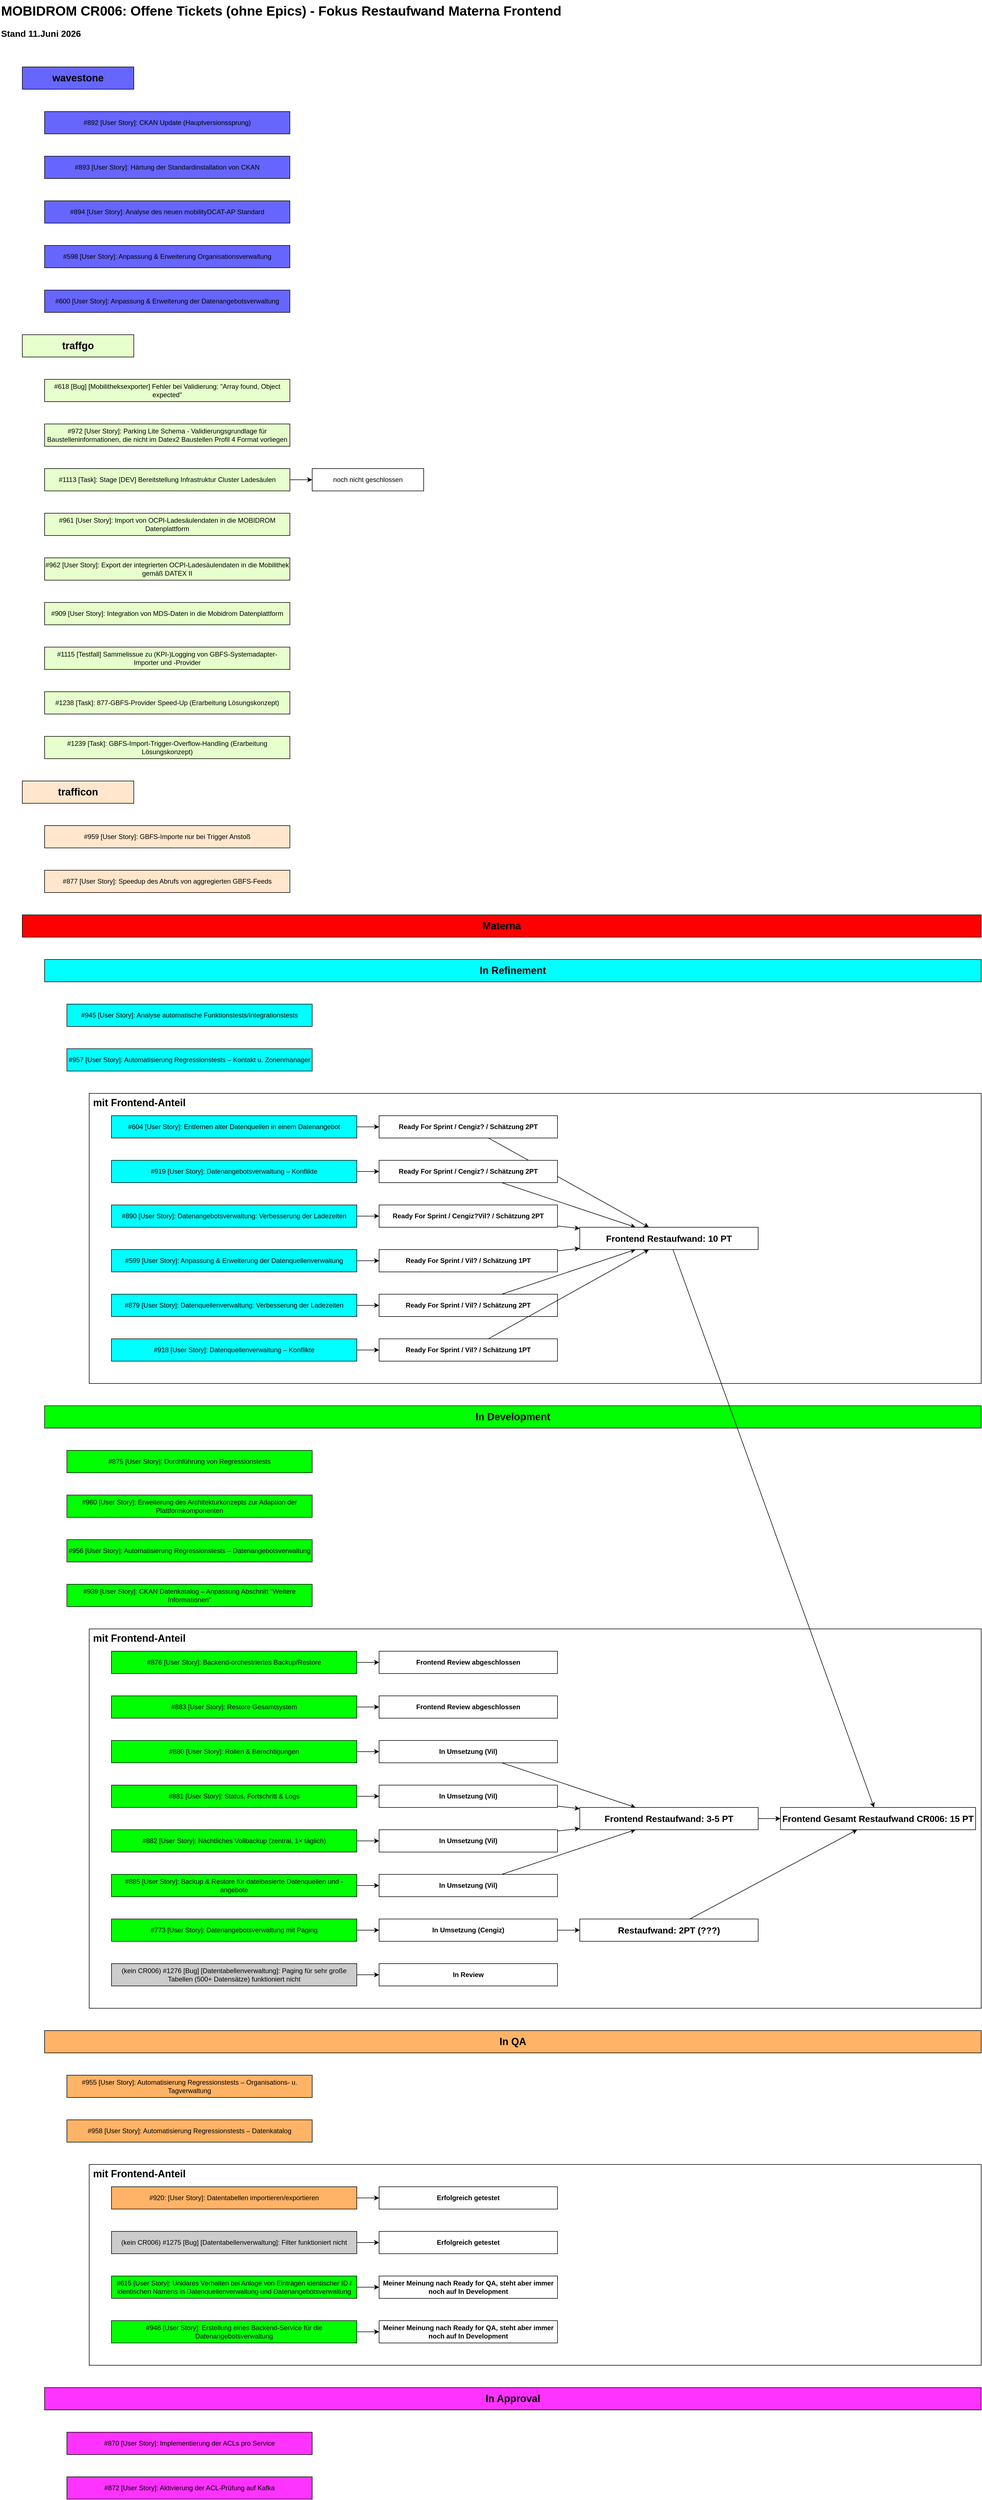
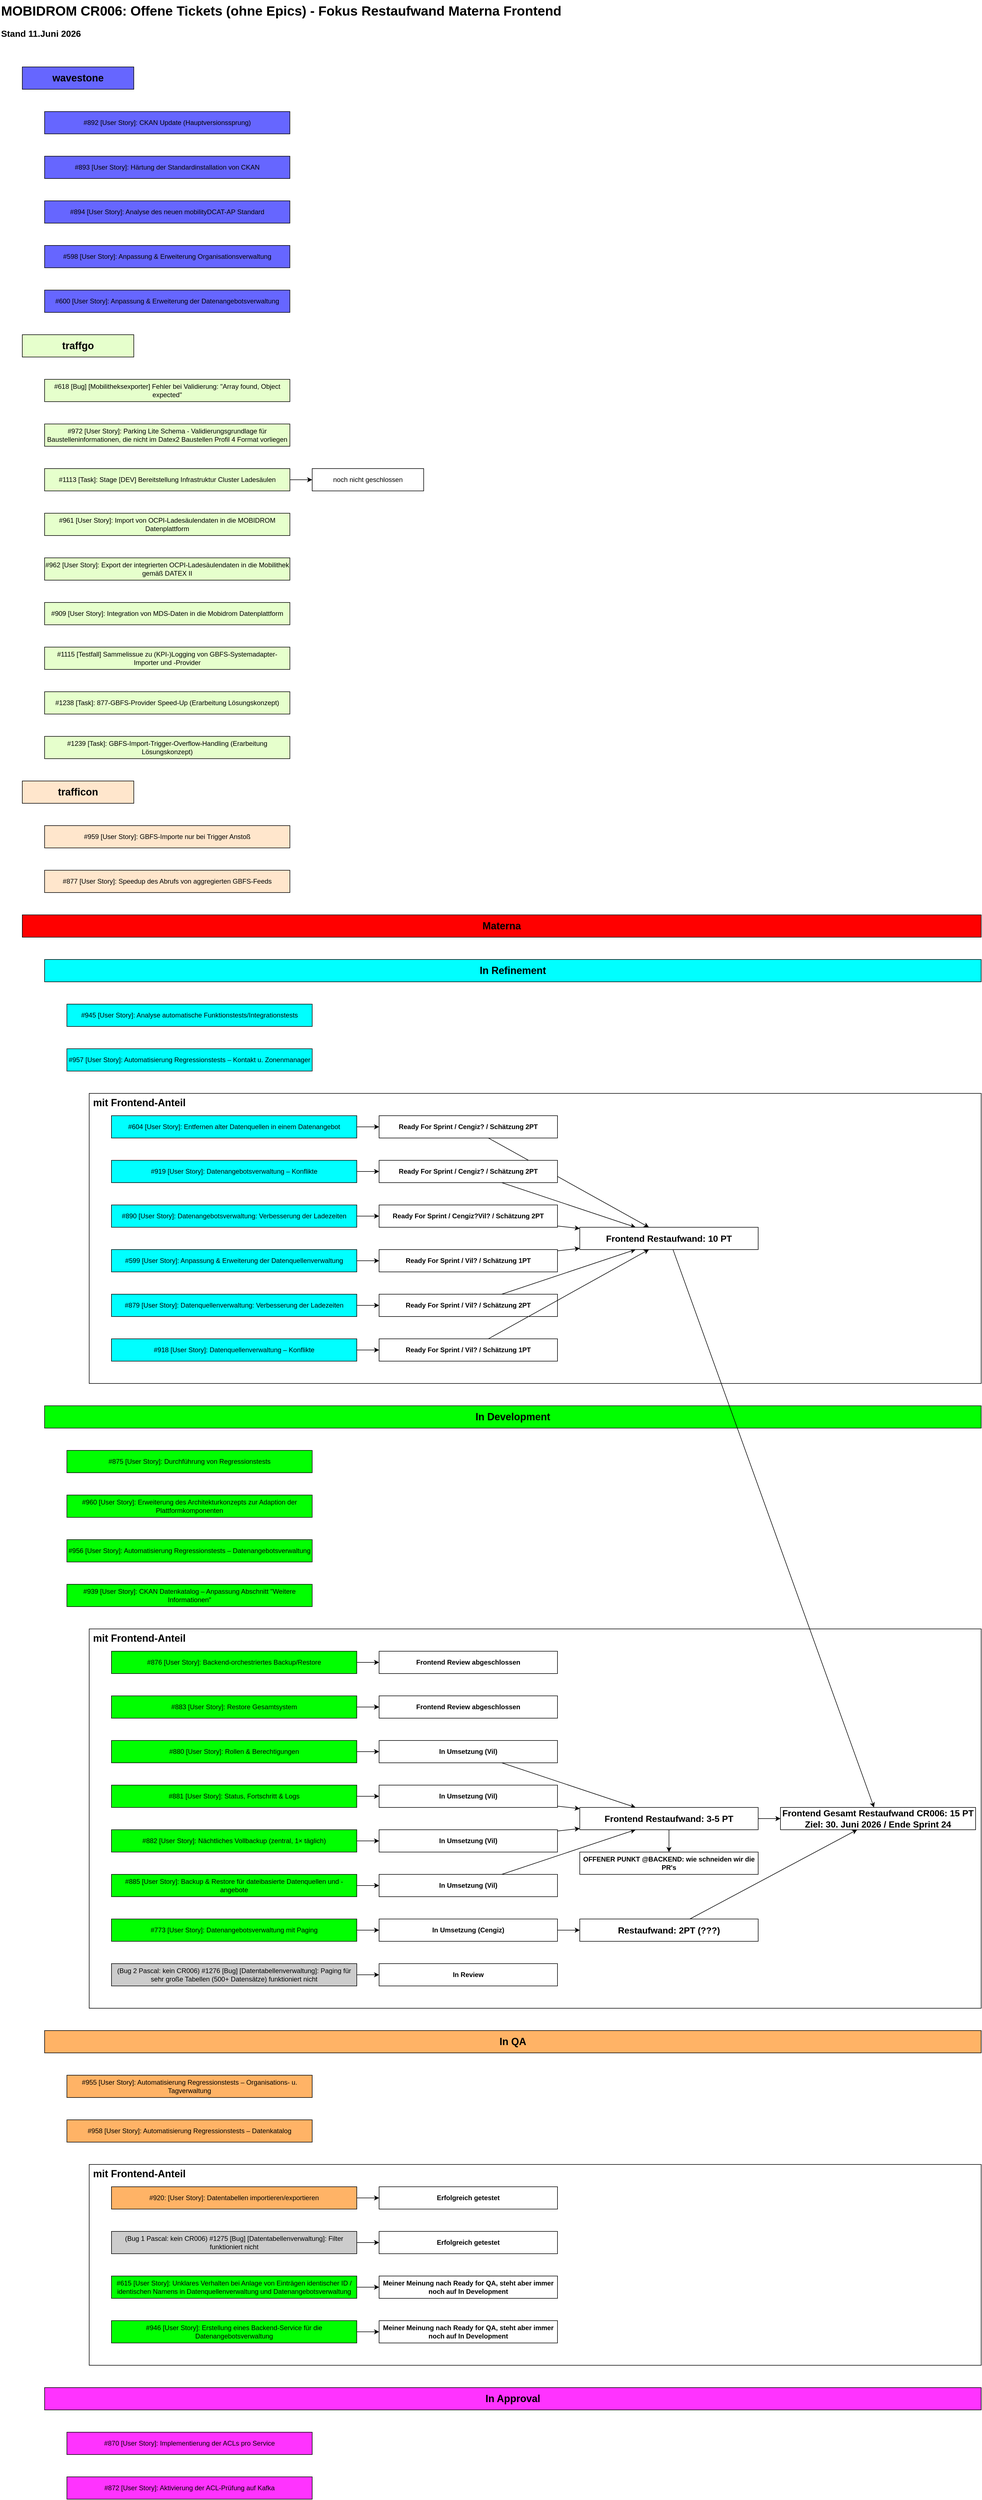
<mxfile host="app.diagrams.net">
  <diagram name="Page-1" id="0BLjgJdESMF3buwbVgl_">
-     <mxGraphModel dx="506" dy="297" grid="1" gridSize="10" guides="1" tooltips="1" connect="1" arrows="1" fold="1" page="1" pageScale="1" pageWidth="850" pageHeight="1100" math="0" shadow="0">
+     <mxGraphModel dx="1101" dy="646" grid="1" gridSize="10" guides="1" tooltips="1" connect="1" arrows="1" fold="1" page="1" pageScale="1" pageWidth="850" pageHeight="1100" math="0" shadow="0">
      <root>
        <mxCell id="0" />
        <mxCell id="1" parent="0" />
        <mxCell id="KAzs0ncSA1o2T3-7AXRQ-69" parent="1" style="rounded=0;whiteSpace=wrap;html=1;fontColor=#000000;fillColor=#FFFFFF;fontStyle=1;fontSize=18;align=left;verticalAlign=top;" value="&amp;nbsp;mit Frontend-Anteil" vertex="1">
          <mxGeometry height="360" width="1600" x="200" y="3920" as="geometry" />
        </mxCell>
        <mxCell id="KAzs0ncSA1o2T3-7AXRQ-68" parent="1" style="rounded=0;whiteSpace=wrap;html=1;fontColor=#000000;fillColor=#FFFFFF;fontStyle=1;fontSize=18;align=left;verticalAlign=top;" value="&amp;nbsp;mit Frontend-Anteil" vertex="1">
          <mxGeometry height="680" width="1600" x="200" y="2960" as="geometry" />
        </mxCell>
        <mxCell id="KAzs0ncSA1o2T3-7AXRQ-67" parent="1" style="rounded=0;whiteSpace=wrap;html=1;fontColor=#000000;fillColor=#FFFFFF;fontStyle=1;verticalAlign=top;align=left;fontSize=18;" value="&amp;nbsp;mit Frontend-Anteil" vertex="1">
          <mxGeometry height="520" width="1600" x="200" y="2000" as="geometry" />
        </mxCell>
        <mxCell id="KAzs0ncSA1o2T3-7AXRQ-1" parent="1" style="rounded=0;whiteSpace=wrap;html=1;strokeColor=none;fontSize=24;fontStyle=1;align=left;" value="MOBIDROM CR006: Offene Tickets (ohne Epics) - Fokus Restaufwand Materna Frontend" vertex="1">
          <mxGeometry height="40" width="1030" x="40" y="40" as="geometry" />
        </mxCell>
        <mxCell id="KAzs0ncSA1o2T3-7AXRQ-2" parent="1" style="rounded=0;whiteSpace=wrap;html=1;strokeColor=none;fontSize=16;fontStyle=1;align=left;" value="&lt;div&gt;Stand 11.Juni 2026&lt;/div&gt;" vertex="1">
          <mxGeometry height="40" width="160" x="40" y="80" as="geometry" />
        </mxCell>
        <mxCell id="KAzs0ncSA1o2T3-7AXRQ-77" edge="1" parent="1" source="KAzs0ncSA1o2T3-7AXRQ-3" style="edgeStyle=none;rounded=0;orthogonalLoop=1;jettySize=auto;html=1;" target="KAzs0ncSA1o2T3-7AXRQ-76" value="">
          <mxGeometry relative="1" as="geometry" />
        </mxCell>
        <mxCell id="KAzs0ncSA1o2T3-7AXRQ-3" parent="1" style="rounded=0;whiteSpace=wrap;html=1;fillColor=#FFB366;" value="#920: [User Story]: Datentabellen importieren/exportieren" vertex="1">
          <mxGeometry height="40" width="440" x="240" y="3960" as="geometry" />
        </mxCell>
        <mxCell id="KAzs0ncSA1o2T3-7AXRQ-4" parent="1" style="rounded=0;whiteSpace=wrap;html=1;fontColor=#000000;fillColor=#FFB366;fontStyle=1;fontSize=18;" value="In QA" vertex="1">
          <mxGeometry height="40" width="1680" x="120" y="3680" as="geometry" />
        </mxCell>
        <mxCell id="KAzs0ncSA1o2T3-7AXRQ-5" parent="1" style="rounded=0;whiteSpace=wrap;html=1;fillColor=#6666FF;" value="#892&amp;nbsp;[User Story]: CKAN Update (Hauptversionssprung)" vertex="1">
          <mxGeometry height="40" width="440" x="120" y="240" as="geometry" />
        </mxCell>
        <mxCell id="KAzs0ncSA1o2T3-7AXRQ-6" parent="1" style="rounded=0;whiteSpace=wrap;html=1;fontColor=#000000;fillColor=#6666FF;fontStyle=1;fontSize=18;" value="wavestone" vertex="1">
          <mxGeometry height="40" width="200" x="80" y="160" as="geometry" />
        </mxCell>
        <mxCell id="KAzs0ncSA1o2T3-7AXRQ-7" parent="1" style="rounded=0;whiteSpace=wrap;html=1;fillColor=#FF33FF;" value="#870&amp;nbsp;[User Story]: Implementierung der ACLs pro Service" vertex="1">
          <mxGeometry height="40" width="440" x="160" y="4400" as="geometry" />
        </mxCell>
        <mxCell id="KAzs0ncSA1o2T3-7AXRQ-8" parent="1" style="rounded=0;whiteSpace=wrap;html=1;fillColor=#FF33FF;" value="#872&amp;nbsp;[User Story]: Aktivierung der ACL-Prüfung auf Kafka" vertex="1">
          <mxGeometry height="40" width="440" x="160" y="4480" as="geometry" />
        </mxCell>
        <mxCell id="KAzs0ncSA1o2T3-7AXRQ-9" parent="1" style="rounded=0;whiteSpace=wrap;html=1;fontColor=#000000;fillColor=#FF33FF;fontStyle=1;fontSize=18;" value="In Approval" vertex="1">
          <mxGeometry height="40" width="1680" x="120" y="4320" as="geometry" />
        </mxCell>
        <mxCell id="KAzs0ncSA1o2T3-7AXRQ-10" parent="1" style="rounded=0;whiteSpace=wrap;html=1;fillColor=#6666FF;" value="#893&amp;nbsp;[User Story]: Härtung der Standardinstallation von CKAN" vertex="1">
          <mxGeometry height="40" width="440" x="120" y="320" as="geometry" />
        </mxCell>
        <mxCell id="KAzs0ncSA1o2T3-7AXRQ-11" parent="1" style="rounded=0;whiteSpace=wrap;html=1;fillColor=#6666FF;" value="#894&amp;nbsp;[User Story]: Analyse des neuen mobilityDCAT-AP Standard" vertex="1">
          <mxGeometry height="40" width="440" x="120" y="400" as="geometry" />
        </mxCell>
        <mxCell id="KAzs0ncSA1o2T3-7AXRQ-12" parent="1" style="rounded=0;whiteSpace=wrap;html=1;fillColor=#E6FFCC;" value="#618&amp;nbsp;[Bug] [Mobilitheksexporter] Fehler bei Validierung: &quot;Array found, Object expected&quot;" vertex="1">
          <mxGeometry height="40" width="440" x="120" y="720" as="geometry" />
        </mxCell>
        <mxCell id="KAzs0ncSA1o2T3-7AXRQ-13" parent="1" style="rounded=0;whiteSpace=wrap;html=1;fontColor=#000000;fillColor=#E6FFCC;fontStyle=1;fontSize=18;" value="&lt;div&gt;traffgo&lt;/div&gt;" vertex="1">
          <mxGeometry height="40" width="200" x="80" y="640" as="geometry" />
        </mxCell>
        <mxCell id="KAzs0ncSA1o2T3-7AXRQ-14" parent="1" style="rounded=0;whiteSpace=wrap;html=1;fontColor=#000000;fillColor=#FFE6CC;fontStyle=1;fontSize=18;" value="&lt;div&gt;trafficon&lt;/div&gt;" vertex="1">
          <mxGeometry height="40" width="200" x="80" y="1440" as="geometry" />
        </mxCell>
        <mxCell id="KAzs0ncSA1o2T3-7AXRQ-15" parent="1" style="rounded=0;whiteSpace=wrap;html=1;fillColor=#FFE6CC;" value="#959&amp;nbsp;[User Story]: GBFS-Importe nur bei Trigger Anstoß" vertex="1">
          <mxGeometry height="40" width="440" x="120" y="1520" as="geometry" />
        </mxCell>
        <mxCell id="KAzs0ncSA1o2T3-7AXRQ-75" edge="1" parent="1" source="KAzs0ncSA1o2T3-7AXRQ-16" style="edgeStyle=none;rounded=0;orthogonalLoop=1;jettySize=auto;html=1;" target="KAzs0ncSA1o2T3-7AXRQ-74" value="">
          <mxGeometry relative="1" as="geometry" />
        </mxCell>
        <mxCell id="KAzs0ncSA1o2T3-7AXRQ-16" parent="1" style="rounded=0;whiteSpace=wrap;html=1;fillColor=#00FF00;" value="#615&amp;nbsp;[User Story]: Unklares Verhalten bei Anlage von Einträgen identischer ID / identischen Namens in Datenquellenverwaltung und Datenangebotsverwaltung" vertex="1">
          <mxGeometry height="40" width="440" x="240" y="4120" as="geometry" />
        </mxCell>
        <mxCell id="KAzs0ncSA1o2T3-7AXRQ-17" parent="1" style="rounded=0;whiteSpace=wrap;html=1;fontColor=#000000;fillColor=#00FF00;fontStyle=1;fontSize=18;" value="In Development" vertex="1">
          <mxGeometry height="40" width="1680" x="120" y="2560" as="geometry" />
        </mxCell>
        <mxCell id="KAzs0ncSA1o2T3-7AXRQ-83" edge="1" parent="1" source="KAzs0ncSA1o2T3-7AXRQ-18" style="edgeStyle=none;rounded=0;orthogonalLoop=1;jettySize=auto;html=1;" target="KAzs0ncSA1o2T3-7AXRQ-82" value="">
          <mxGeometry relative="1" as="geometry" />
        </mxCell>
        <mxCell id="KAzs0ncSA1o2T3-7AXRQ-18" parent="1" style="rounded=0;whiteSpace=wrap;html=1;fillColor=#00FF00;" value="#773&amp;nbsp;[User Story]: Datenangebotsverwaltung mit Paging" vertex="1">
          <mxGeometry height="40" width="440" x="240" y="3480" as="geometry" />
        </mxCell>
        <mxCell id="KAzs0ncSA1o2T3-7AXRQ-19" parent="1" style="rounded=0;whiteSpace=wrap;html=1;fillColor=#00FF00;" value="#875&amp;nbsp;[User Story]: Durchführung von Regressionstests" vertex="1">
          <mxGeometry height="40" width="440" x="160" y="2640" as="geometry" />
        </mxCell>
        <mxCell id="KAzs0ncSA1o2T3-7AXRQ-81" edge="1" parent="1" source="KAzs0ncSA1o2T3-7AXRQ-20" style="edgeStyle=none;rounded=0;orthogonalLoop=1;jettySize=auto;html=1;" target="KAzs0ncSA1o2T3-7AXRQ-80" value="">
          <mxGeometry relative="1" as="geometry" />
        </mxCell>
        <mxCell id="KAzs0ncSA1o2T3-7AXRQ-20" parent="1" style="rounded=0;whiteSpace=wrap;html=1;fillColor=#00FF00;" value="#876&amp;nbsp;[User Story]: Backend-orchestriertes Backup/Restore" vertex="1">
          <mxGeometry height="40" width="440" x="240" y="3000" as="geometry" />
        </mxCell>
        <mxCell id="KAzs0ncSA1o2T3-7AXRQ-21" parent="1" style="rounded=0;whiteSpace=wrap;html=1;fillColor=#FFE6CC;" value="#877&amp;nbsp;[User Story]: Speedup des Abrufs von aggregierten GBFS-Feeds" vertex="1">
          <mxGeometry height="40" width="440" x="120" y="1600" as="geometry" />
        </mxCell>
        <mxCell id="KAzs0ncSA1o2T3-7AXRQ-87" edge="1" parent="1" source="KAzs0ncSA1o2T3-7AXRQ-22" style="edgeStyle=none;rounded=0;orthogonalLoop=1;jettySize=auto;html=1;" target="KAzs0ncSA1o2T3-7AXRQ-86" value="">
          <mxGeometry relative="1" as="geometry" />
        </mxCell>
        <mxCell id="KAzs0ncSA1o2T3-7AXRQ-22" parent="1" style="rounded=0;whiteSpace=wrap;html=1;fillColor=#00FF00;" value="#880&amp;nbsp;[User Story]: Rollen &amp;amp; Berechtigungen" vertex="1">
          <mxGeometry height="40" width="440" x="240" y="3160" as="geometry" />
        </mxCell>
        <mxCell id="KAzs0ncSA1o2T3-7AXRQ-89" edge="1" parent="1" source="KAzs0ncSA1o2T3-7AXRQ-23" style="edgeStyle=none;rounded=0;orthogonalLoop=1;jettySize=auto;html=1;" target="KAzs0ncSA1o2T3-7AXRQ-88" value="">
          <mxGeometry relative="1" as="geometry" />
        </mxCell>
        <mxCell id="KAzs0ncSA1o2T3-7AXRQ-23" parent="1" style="rounded=0;whiteSpace=wrap;html=1;fillColor=#00FF00;" value="#881&amp;nbsp;[User Story]: Status, Fortschritt &amp;amp; Logs" vertex="1">
          <mxGeometry height="40" width="440" x="240" y="3240" as="geometry" />
        </mxCell>
        <mxCell id="KAzs0ncSA1o2T3-7AXRQ-93" edge="1" parent="1" source="KAzs0ncSA1o2T3-7AXRQ-24" style="edgeStyle=none;rounded=0;orthogonalLoop=1;jettySize=auto;html=1;" target="KAzs0ncSA1o2T3-7AXRQ-92" value="">
          <mxGeometry relative="1" as="geometry" />
        </mxCell>
        <mxCell id="KAzs0ncSA1o2T3-7AXRQ-24" parent="1" style="rounded=0;whiteSpace=wrap;html=1;fillColor=#00FF00;" value="#885&amp;nbsp;[User Story]: Backup &amp;amp; Restore für dateibasierte Datenquellen und -angebote" vertex="1">
          <mxGeometry height="40" width="440" x="240" y="3400" as="geometry" />
        </mxCell>
        <mxCell id="KAzs0ncSA1o2T3-7AXRQ-112" edge="1" parent="1" source="KAzs0ncSA1o2T3-7AXRQ-25" style="edgeStyle=none;rounded=0;orthogonalLoop=1;jettySize=auto;html=1;" target="KAzs0ncSA1o2T3-7AXRQ-111" value="">
          <mxGeometry relative="1" as="geometry" />
        </mxCell>
        <mxCell id="KAzs0ncSA1o2T3-7AXRQ-25" parent="1" style="rounded=0;whiteSpace=wrap;html=1;fillColor=#00FFFF;" value="#918&amp;nbsp;[User Story]: Datenquellenverwaltung – Konflikte" vertex="1">
          <mxGeometry height="40" width="440" x="240" y="2440" as="geometry" />
        </mxCell>
        <mxCell id="KAzs0ncSA1o2T3-7AXRQ-104" edge="1" parent="1" source="KAzs0ncSA1o2T3-7AXRQ-26" style="edgeStyle=none;rounded=0;orthogonalLoop=1;jettySize=auto;html=1;" target="KAzs0ncSA1o2T3-7AXRQ-103" value="">
          <mxGeometry relative="1" as="geometry" />
        </mxCell>
        <mxCell id="KAzs0ncSA1o2T3-7AXRQ-26" parent="1" style="rounded=0;whiteSpace=wrap;html=1;fillColor=#00FFFF;" value="#919&amp;nbsp;[User Story]: Datenangebotsverwaltung – Konflikte" vertex="1">
          <mxGeometry height="40" width="440" x="240" y="2120" as="geometry" />
        </mxCell>
        <mxCell id="KAzs0ncSA1o2T3-7AXRQ-27" parent="1" style="rounded=0;whiteSpace=wrap;html=1;fillColor=#FFB366;" value="#955&amp;nbsp;[User Story]: Automatisierung Regressionstests – Organisations- u. Tagverwaltung" vertex="1">
          <mxGeometry height="40" width="440" x="160" y="3760" as="geometry" />
        </mxCell>
        <mxCell id="KAzs0ncSA1o2T3-7AXRQ-28" parent="1" style="rounded=0;whiteSpace=wrap;html=1;fontColor=#000000;fillColor=#00FFFF;fontStyle=1;fontSize=18;" value="In Refinement" vertex="1">
          <mxGeometry height="40" width="1680" x="120" y="1760" as="geometry" />
        </mxCell>
        <mxCell id="KAzs0ncSA1o2T3-7AXRQ-29" parent="1" style="rounded=0;whiteSpace=wrap;html=1;fillColor=#00FF00;" value="#960&amp;nbsp;[User Story]: Erweiterung des Architekturkonzepts zur Adaption der Plattformkomponenten" vertex="1">
          <mxGeometry height="40" width="440" x="160" y="2720" as="geometry" />
        </mxCell>
        <mxCell id="KAzs0ncSA1o2T3-7AXRQ-30" parent="1" style="rounded=0;whiteSpace=wrap;html=1;fillColor=#6666FF;" value="#598&amp;nbsp;[User Story]: Anpassung &amp;amp; Erweiterung Organisationsverwaltung" vertex="1">
          <mxGeometry height="40" width="440" x="120" y="480" as="geometry" />
        </mxCell>
        <mxCell id="KAzs0ncSA1o2T3-7AXRQ-108" edge="1" parent="1" source="KAzs0ncSA1o2T3-7AXRQ-31" style="edgeStyle=none;rounded=0;orthogonalLoop=1;jettySize=auto;html=1;" target="KAzs0ncSA1o2T3-7AXRQ-107" value="">
          <mxGeometry relative="1" as="geometry" />
        </mxCell>
        <mxCell id="KAzs0ncSA1o2T3-7AXRQ-31" parent="1" style="rounded=0;whiteSpace=wrap;html=1;fillColor=#00FFFF;" value="#599&amp;nbsp;[User Story]: Anpassung &amp;amp; Erweiterung der Datenquellenverwaltung" vertex="1">
          <mxGeometry height="40" width="440" x="240" y="2280" as="geometry" />
        </mxCell>
        <mxCell id="KAzs0ncSA1o2T3-7AXRQ-32" parent="1" style="rounded=0;whiteSpace=wrap;html=1;fillColor=#6666FF;" value="#600&amp;nbsp;[User Story]: Anpassung &amp;amp; Erweiterung der Datenangebotsverwaltung" vertex="1">
          <mxGeometry height="40" width="440" x="120" y="560" as="geometry" />
        </mxCell>
        <mxCell id="KAzs0ncSA1o2T3-7AXRQ-106" edge="1" parent="1" source="KAzs0ncSA1o2T3-7AXRQ-33" style="edgeStyle=none;rounded=0;orthogonalLoop=1;jettySize=auto;html=1;" target="KAzs0ncSA1o2T3-7AXRQ-105" value="">
          <mxGeometry relative="1" as="geometry" />
        </mxCell>
        <mxCell id="KAzs0ncSA1o2T3-7AXRQ-33" parent="1" style="rounded=0;whiteSpace=wrap;html=1;fillColor=#00FFFF;" value="#890&amp;nbsp;[User Story]: Datenangebotsverwaltung: Verbesserung der Ladezeiten" vertex="1">
          <mxGeometry height="40" width="440" x="240" y="2200" as="geometry" />
        </mxCell>
        <mxCell id="KAzs0ncSA1o2T3-7AXRQ-34" parent="1" style="rounded=0;whiteSpace=wrap;html=1;fillColor=#E6FFCC;" value="#972&amp;nbsp;[User Story]: Parking Lite Schema - Validierungsgrundlage für Baustelleninformationen, die nicht im Datex2 Baustellen Profil 4 Format vorliegen" vertex="1">
          <mxGeometry height="40" width="440" x="120" y="800" as="geometry" />
        </mxCell>
        <mxCell id="KAzs0ncSA1o2T3-7AXRQ-55" edge="1" parent="1" source="KAzs0ncSA1o2T3-7AXRQ-35" style="edgeStyle=orthogonalEdgeStyle;rounded=0;orthogonalLoop=1;jettySize=auto;html=1;" target="KAzs0ncSA1o2T3-7AXRQ-54" value="">
          <mxGeometry relative="1" as="geometry" />
        </mxCell>
        <mxCell id="KAzs0ncSA1o2T3-7AXRQ-35" parent="1" style="rounded=0;whiteSpace=wrap;html=1;fillColor=#E6FFCC;" value="#1113&amp;nbsp;[Task]: Stage [DEV] Bereitstellung Infrastruktur Cluster Ladesäulen" vertex="1">
          <mxGeometry height="40" width="440" x="120" y="880" as="geometry" />
        </mxCell>
        <mxCell id="KAzs0ncSA1o2T3-7AXRQ-36" parent="1" style="rounded=0;whiteSpace=wrap;html=1;fillColor=#00FF00;" value="#956&amp;nbsp;[User Story]: Automatisierung Regressionstests – Datenangebotsverwaltung" vertex="1">
          <mxGeometry height="40" width="440" x="160" y="2800" as="geometry" />
        </mxCell>
        <mxCell id="KAzs0ncSA1o2T3-7AXRQ-37" parent="1" style="rounded=0;whiteSpace=wrap;html=1;fillColor=#FFB366;" value="#958&amp;nbsp;[User Story]: Automatisierung Regressionstests – Datenkatalog" vertex="1">
          <mxGeometry height="40" width="440" x="160" y="3840" as="geometry" />
        </mxCell>
        <mxCell id="KAzs0ncSA1o2T3-7AXRQ-38" parent="1" style="rounded=0;whiteSpace=wrap;html=1;fillColor=#E6FFCC;" value="#961&amp;nbsp;[User Story]: Import von OCPI-Ladesäulendaten in die MOBIDROM Datenplattform" vertex="1">
          <mxGeometry height="40" width="440" x="120" y="960" as="geometry" />
        </mxCell>
        <mxCell id="KAzs0ncSA1o2T3-7AXRQ-39" parent="1" style="rounded=0;whiteSpace=wrap;html=1;fillColor=#E6FFCC;" value="#962&amp;nbsp;[User Story]: Export der integrierten OCPI-Ladesäulendaten in die Mobilithek gemäß DATEX II" vertex="1">
          <mxGeometry height="40" width="440" x="120" y="1040" as="geometry" />
        </mxCell>
        <mxCell id="KAzs0ncSA1o2T3-7AXRQ-58" edge="1" parent="1" source="KAzs0ncSA1o2T3-7AXRQ-40" style="edgeStyle=none;rounded=0;orthogonalLoop=1;jettySize=auto;html=1;" target="KAzs0ncSA1o2T3-7AXRQ-41" value="">
          <mxGeometry relative="1" as="geometry" />
        </mxCell>
        <mxCell id="KAzs0ncSA1o2T3-7AXRQ-40" parent="1" style="rounded=0;whiteSpace=wrap;html=1;fillColor=#00FF00;" value="#946&amp;nbsp;[User Story]: Erstellung eines Backend-Service für die Datenangebotsverwaltung" vertex="1">
          <mxGeometry height="40" width="440" x="240" y="4200" as="geometry" />
        </mxCell>
        <mxCell id="KAzs0ncSA1o2T3-7AXRQ-41" parent="1" style="rounded=0;whiteSpace=wrap;html=1;fontStyle=1" value="Meiner Meinung nach Ready for QA, steht aber immer noch auf In Development" vertex="1">
          <mxGeometry height="40" width="320" x="720" y="4200" as="geometry" />
        </mxCell>
        <mxCell id="KAzs0ncSA1o2T3-7AXRQ-43" parent="1" style="rounded=0;whiteSpace=wrap;html=1;fillColor=#00FFFF;" value="#945&amp;nbsp;[User Story]: Analyse automatische Funktionstests/Integrationstests" vertex="1">
          <mxGeometry height="40" width="440" x="160" y="1840" as="geometry" />
        </mxCell>
        <mxCell id="KAzs0ncSA1o2T3-7AXRQ-44" parent="1" style="rounded=0;whiteSpace=wrap;html=1;fillColor=#E6FFCC;" value="#909&amp;nbsp;[User Story]: Integration von MDS-Daten in die Mobidrom Datenplattform" vertex="1">
          <mxGeometry height="40" width="440" x="120" y="1120" as="geometry" />
        </mxCell>
        <mxCell id="KAzs0ncSA1o2T3-7AXRQ-45" parent="1" style="rounded=0;whiteSpace=wrap;html=1;fillColor=#00FF00;" value="#939&amp;nbsp;[User Story]: CKAN Datenkatalog – Anpassung Abschnitt &quot;Weitere Informationen&quot;" vertex="1">
          <mxGeometry height="40" width="440" x="160" y="2880" as="geometry" />
        </mxCell>
        <mxCell id="KAzs0ncSA1o2T3-7AXRQ-102" edge="1" parent="1" source="KAzs0ncSA1o2T3-7AXRQ-46" style="edgeStyle=none;rounded=0;orthogonalLoop=1;jettySize=auto;html=1;" target="KAzs0ncSA1o2T3-7AXRQ-101" value="">
          <mxGeometry relative="1" as="geometry" />
        </mxCell>
        <mxCell id="KAzs0ncSA1o2T3-7AXRQ-46" parent="1" style="rounded=0;whiteSpace=wrap;html=1;fillColor=#00FFFF;" value="#604&amp;nbsp;[User Story]: Entfernen alter Datenquellen in einem Datenangebot" vertex="1">
          <mxGeometry height="40" width="440" x="240" y="2040" as="geometry" />
        </mxCell>
        <mxCell id="KAzs0ncSA1o2T3-7AXRQ-110" edge="1" parent="1" source="KAzs0ncSA1o2T3-7AXRQ-47" style="edgeStyle=none;rounded=0;orthogonalLoop=1;jettySize=auto;html=1;" target="KAzs0ncSA1o2T3-7AXRQ-109" value="">
          <mxGeometry relative="1" as="geometry" />
        </mxCell>
        <mxCell id="KAzs0ncSA1o2T3-7AXRQ-47" parent="1" style="rounded=0;whiteSpace=wrap;html=1;fillColor=#00FFFF;" value="#879&amp;nbsp;[User Story]: Datenquellenverwaltung: Verbesserung der Ladezeiten" vertex="1">
          <mxGeometry height="40" width="440" x="240" y="2360" as="geometry" />
        </mxCell>
        <mxCell id="KAzs0ncSA1o2T3-7AXRQ-91" edge="1" parent="1" source="KAzs0ncSA1o2T3-7AXRQ-48" style="edgeStyle=none;rounded=0;orthogonalLoop=1;jettySize=auto;html=1;" target="KAzs0ncSA1o2T3-7AXRQ-90" value="">
          <mxGeometry relative="1" as="geometry" />
        </mxCell>
        <mxCell id="KAzs0ncSA1o2T3-7AXRQ-48" parent="1" style="rounded=0;whiteSpace=wrap;html=1;fillColor=#00FF00;" value="#882&amp;nbsp;[User Story]: Nächtliches Vollbackup (zentral, 1× täglich)" vertex="1">
          <mxGeometry height="40" width="440" x="240" y="3320" as="geometry" />
        </mxCell>
        <mxCell id="KAzs0ncSA1o2T3-7AXRQ-85" edge="1" parent="1" source="KAzs0ncSA1o2T3-7AXRQ-49" style="edgeStyle=none;rounded=0;orthogonalLoop=1;jettySize=auto;html=1;" target="KAzs0ncSA1o2T3-7AXRQ-84" value="">
          <mxGeometry relative="1" as="geometry" />
        </mxCell>
+         <mxCell id="6I-_ciG7kh0R2IqJ13tL-1" edge="1" parent="1" source="KAzs0ncSA1o2T3-7AXRQ-49" style="edgeStyle=none;rounded=0;orthogonalLoop=1;jettySize=auto;html=1;" target="KAzs0ncSA1o2T3-7AXRQ-84" value="">
+           <mxGeometry relative="1" as="geometry" />
+         </mxCell>
        <mxCell id="KAzs0ncSA1o2T3-7AXRQ-49" parent="1" style="rounded=0;whiteSpace=wrap;html=1;fillColor=#00FF00;" value="#883&amp;nbsp;[User Story]: Restore Gesamtsystem" vertex="1">
          <mxGeometry height="40" width="440" x="240" y="3080" as="geometry" />
        </mxCell>
        <mxCell id="KAzs0ncSA1o2T3-7AXRQ-50" parent="1" style="rounded=0;whiteSpace=wrap;html=1;fillColor=#00FFFF;" value="#957&amp;nbsp;[User Story]: Automatisierung Regressionstests – Kontakt u. Zonenmanager" vertex="1">
          <mxGeometry height="40" width="440" x="160" y="1920" as="geometry" />
        </mxCell>
        <mxCell id="KAzs0ncSA1o2T3-7AXRQ-51" parent="1" style="rounded=0;whiteSpace=wrap;html=1;fillColor=#E6FFCC;" value="#1115&amp;nbsp;[Testfall] Sammelissue zu (KPI-)Logging von GBFS-Systemadapter-Importer und -Provider" vertex="1">
          <mxGeometry height="40" width="440" x="120" y="1200" as="geometry" />
        </mxCell>
        <mxCell id="KAzs0ncSA1o2T3-7AXRQ-52" parent="1" style="rounded=0;whiteSpace=wrap;html=1;fillColor=#E6FFCC;" value="#1238&amp;nbsp;[Task]: 877-GBFS-Provider Speed-Up (Erarbeitung Lösungskonzept)" vertex="1">
          <mxGeometry height="40" width="440" x="120" y="1280" as="geometry" />
        </mxCell>
        <mxCell id="KAzs0ncSA1o2T3-7AXRQ-53" parent="1" style="rounded=0;whiteSpace=wrap;html=1;fillColor=#E6FFCC;" value="#1239&amp;nbsp;[Task]: GBFS-Import-Trigger-Overflow-Handling (Erarbeitung Lösungskonzept)" vertex="1">
          <mxGeometry height="40" width="440" x="120" y="1360" as="geometry" />
        </mxCell>
        <mxCell id="KAzs0ncSA1o2T3-7AXRQ-54" parent="1" style="rounded=0;whiteSpace=wrap;html=1;" value="noch nicht geschlossen" vertex="1">
          <mxGeometry height="40" width="200" x="600" y="880" as="geometry" />
        </mxCell>
        <mxCell id="KAzs0ncSA1o2T3-7AXRQ-56" parent="1" style="rounded=0;whiteSpace=wrap;html=1;fontColor=#000000;fillColor=#FF0000;fontStyle=1;fontSize=18;" value="Materna" vertex="1">
          <mxGeometry height="40" width="1720" x="80" y="1680" as="geometry" />
        </mxCell>
        <mxCell id="KAzs0ncSA1o2T3-7AXRQ-62" edge="1" parent="1" source="KAzs0ncSA1o2T3-7AXRQ-16" style="edgeStyle=none;rounded=0;orthogonalLoop=1;jettySize=auto;html=1;exitX=0.75;exitY=0;exitDx=0;exitDy=0;" target="KAzs0ncSA1o2T3-7AXRQ-16">
          <mxGeometry relative="1" as="geometry" />
        </mxCell>
        <mxCell id="KAzs0ncSA1o2T3-7AXRQ-66" edge="1" parent="1" source="KAzs0ncSA1o2T3-7AXRQ-41" style="edgeStyle=none;rounded=0;orthogonalLoop=1;jettySize=auto;html=1;exitX=0.5;exitY=1;exitDx=0;exitDy=0;" target="KAzs0ncSA1o2T3-7AXRQ-41">
          <mxGeometry relative="1" as="geometry" />
        </mxCell>
        <mxCell id="KAzs0ncSA1o2T3-7AXRQ-79" edge="1" parent="1" source="KAzs0ncSA1o2T3-7AXRQ-70" style="edgeStyle=none;rounded=0;orthogonalLoop=1;jettySize=auto;html=1;" target="KAzs0ncSA1o2T3-7AXRQ-78" value="">
          <mxGeometry relative="1" as="geometry" />
        </mxCell>
-         <mxCell id="KAzs0ncSA1o2T3-7AXRQ-70" parent="1" style="rounded=0;whiteSpace=wrap;html=1;fillColor=#CCCCCC;" value="(kein CR006) #1276&amp;nbsp;[Bug] [Datentabellenverwaltung]: Paging für sehr große Tabellen (500+ Datensätze) funktioniert nicht" vertex="1">
+         <mxCell id="KAzs0ncSA1o2T3-7AXRQ-70" parent="1" style="rounded=0;whiteSpace=wrap;html=1;fillColor=#CCCCCC;" value="(Bug 2 Pascal: kein CR006) #1276&amp;nbsp;[Bug] [Datentabellenverwaltung]: Paging für sehr große Tabellen (500+ Datensätze) funktioniert nicht" vertex="1">
          <mxGeometry height="40" width="440" x="240" y="3560" as="geometry" />
        </mxCell>
        <mxCell id="KAzs0ncSA1o2T3-7AXRQ-73" edge="1" parent="1" source="KAzs0ncSA1o2T3-7AXRQ-71" style="edgeStyle=none;rounded=0;orthogonalLoop=1;jettySize=auto;html=1;" target="KAzs0ncSA1o2T3-7AXRQ-72" value="">
          <mxGeometry relative="1" as="geometry" />
        </mxCell>
-         <mxCell id="KAzs0ncSA1o2T3-7AXRQ-71" parent="1" style="rounded=0;whiteSpace=wrap;html=1;fillColor=#CCCCCC;" value="(kein CR006) #1275&amp;nbsp;[Bug] [Datentabellenverwaltung]: Filter funktioniert nicht" vertex="1">
+         <mxCell id="KAzs0ncSA1o2T3-7AXRQ-71" parent="1" style="rounded=0;whiteSpace=wrap;html=1;fillColor=#CCCCCC;" value="(Bug 1 Pascal: kein CR006) #1275&amp;nbsp;[Bug] [Datentabellenverwaltung]: Filter funktioniert nicht" vertex="1">
          <mxGeometry height="40" width="440" x="240" y="4040" as="geometry" />
        </mxCell>
        <mxCell id="KAzs0ncSA1o2T3-7AXRQ-72" parent="1" style="rounded=0;whiteSpace=wrap;html=1;fontStyle=1" value="Erfolgreich getestet" vertex="1">
          <mxGeometry height="40" width="320" x="720" y="4040" as="geometry" />
        </mxCell>
        <mxCell id="KAzs0ncSA1o2T3-7AXRQ-74" parent="1" style="rounded=0;whiteSpace=wrap;html=1;fontStyle=1" value="Meiner Meinung nach Ready for QA, steht aber immer noch auf In Development" vertex="1">
          <mxGeometry height="40" width="320" x="720" y="4120" as="geometry" />
        </mxCell>
        <mxCell id="KAzs0ncSA1o2T3-7AXRQ-76" parent="1" style="rounded=0;whiteSpace=wrap;html=1;fontStyle=1" value="Erfolgreich getestet" vertex="1">
          <mxGeometry height="40" width="320" x="720" y="3960" as="geometry" />
        </mxCell>
        <mxCell id="KAzs0ncSA1o2T3-7AXRQ-78" parent="1" style="rounded=0;whiteSpace=wrap;html=1;fontStyle=1" value="In Review" vertex="1">
          <mxGeometry height="40" width="320" x="720" y="3560" as="geometry" />
        </mxCell>
        <mxCell id="KAzs0ncSA1o2T3-7AXRQ-80" parent="1" style="rounded=0;whiteSpace=wrap;html=1;fontStyle=1" value="Frontend Review abgeschlossen" vertex="1">
          <mxGeometry height="40" width="320" x="720" y="3000" as="geometry" />
        </mxCell>
        <mxCell id="KAzs0ncSA1o2T3-7AXRQ-100" edge="1" parent="1" source="KAzs0ncSA1o2T3-7AXRQ-82" style="edgeStyle=none;rounded=0;orthogonalLoop=1;jettySize=auto;html=1;" target="KAzs0ncSA1o2T3-7AXRQ-99" value="">
          <mxGeometry relative="1" as="geometry" />
        </mxCell>
        <mxCell id="KAzs0ncSA1o2T3-7AXRQ-82" parent="1" style="rounded=0;whiteSpace=wrap;html=1;fontStyle=1" value="In Umsetzung (Cengiz)" vertex="1">
          <mxGeometry height="40" width="320" x="720" y="3480" as="geometry" />
        </mxCell>
        <mxCell id="KAzs0ncSA1o2T3-7AXRQ-84" parent="1" style="rounded=0;whiteSpace=wrap;html=1;fontStyle=1" value="Frontend Review abgeschlossen" vertex="1">
          <mxGeometry height="40" width="320" x="720" y="3080" as="geometry" />
        </mxCell>
        <mxCell id="KAzs0ncSA1o2T3-7AXRQ-95" edge="1" parent="1" source="KAzs0ncSA1o2T3-7AXRQ-86" style="edgeStyle=none;rounded=0;orthogonalLoop=1;jettySize=auto;html=1;" target="KAzs0ncSA1o2T3-7AXRQ-94" value="">
          <mxGeometry relative="1" as="geometry" />
        </mxCell>
        <mxCell id="KAzs0ncSA1o2T3-7AXRQ-86" parent="1" style="rounded=0;whiteSpace=wrap;html=1;fontStyle=1" value="In Umsetzung (Vil)" vertex="1">
          <mxGeometry height="40" width="320" x="720" y="3160" as="geometry" />
        </mxCell>
        <mxCell id="KAzs0ncSA1o2T3-7AXRQ-96" edge="1" parent="1" source="KAzs0ncSA1o2T3-7AXRQ-88" style="edgeStyle=none;rounded=0;orthogonalLoop=1;jettySize=auto;html=1;" target="KAzs0ncSA1o2T3-7AXRQ-94" value="">
          <mxGeometry relative="1" as="geometry" />
        </mxCell>
        <mxCell id="KAzs0ncSA1o2T3-7AXRQ-88" parent="1" style="rounded=0;whiteSpace=wrap;html=1;fontStyle=1" value="In Umsetzung (Vil)" vertex="1">
          <mxGeometry height="40" width="320" x="720" y="3240" as="geometry" />
        </mxCell>
        <mxCell id="KAzs0ncSA1o2T3-7AXRQ-97" edge="1" parent="1" source="KAzs0ncSA1o2T3-7AXRQ-90" style="edgeStyle=none;rounded=0;orthogonalLoop=1;jettySize=auto;html=1;" target="KAzs0ncSA1o2T3-7AXRQ-94" value="">
          <mxGeometry relative="1" as="geometry" />
        </mxCell>
        <mxCell id="KAzs0ncSA1o2T3-7AXRQ-90" parent="1" style="rounded=0;whiteSpace=wrap;html=1;fontStyle=1" value="In Umsetzung (Vil)" vertex="1">
          <mxGeometry height="40" width="320" x="720" y="3320" as="geometry" />
        </mxCell>
        <mxCell id="KAzs0ncSA1o2T3-7AXRQ-98" edge="1" parent="1" source="KAzs0ncSA1o2T3-7AXRQ-92" style="edgeStyle=none;rounded=0;orthogonalLoop=1;jettySize=auto;html=1;" target="KAzs0ncSA1o2T3-7AXRQ-94" value="">
          <mxGeometry relative="1" as="geometry" />
        </mxCell>
        <mxCell id="KAzs0ncSA1o2T3-7AXRQ-92" parent="1" style="rounded=0;whiteSpace=wrap;html=1;fontStyle=1" value="In Umsetzung (Vil)" vertex="1">
          <mxGeometry height="40" width="320" x="720" y="3400" as="geometry" />
        </mxCell>
        <mxCell id="KAzs0ncSA1o2T3-7AXRQ-122" edge="1" parent="1" source="KAzs0ncSA1o2T3-7AXRQ-94" style="edgeStyle=none;rounded=0;orthogonalLoop=1;jettySize=auto;html=1;" target="KAzs0ncSA1o2T3-7AXRQ-120" value="">
          <mxGeometry relative="1" as="geometry" />
        </mxCell>
+         <mxCell id="6I-_ciG7kh0R2IqJ13tL-3" edge="1" parent="1" source="KAzs0ncSA1o2T3-7AXRQ-94" style="edgeStyle=none;rounded=0;orthogonalLoop=1;jettySize=auto;html=1;" target="6I-_ciG7kh0R2IqJ13tL-2" value="">
+           <mxGeometry relative="1" as="geometry" />
+         </mxCell>
        <mxCell id="KAzs0ncSA1o2T3-7AXRQ-94" parent="1" style="rounded=0;whiteSpace=wrap;html=1;fontStyle=1;fontSize=16;" value="Frontend Restaufwand: 3-5 PT" vertex="1">
          <mxGeometry height="40" width="320" x="1080" y="3280" as="geometry" />
        </mxCell>
        <mxCell id="KAzs0ncSA1o2T3-7AXRQ-123" edge="1" parent="1" source="KAzs0ncSA1o2T3-7AXRQ-99" style="edgeStyle=none;rounded=0;orthogonalLoop=1;jettySize=auto;html=1;" target="KAzs0ncSA1o2T3-7AXRQ-120" value="">
          <mxGeometry relative="1" as="geometry" />
        </mxCell>
        <mxCell id="KAzs0ncSA1o2T3-7AXRQ-99" parent="1" style="rounded=0;whiteSpace=wrap;html=1;fontStyle=1;fontSize=16;" value="Restaufwand: 2PT (???)" vertex="1">
          <mxGeometry height="40" width="320" x="1080" y="3480" as="geometry" />
        </mxCell>
        <mxCell id="KAzs0ncSA1o2T3-7AXRQ-114" edge="1" parent="1" source="KAzs0ncSA1o2T3-7AXRQ-101" style="edgeStyle=none;rounded=0;orthogonalLoop=1;jettySize=auto;html=1;" target="KAzs0ncSA1o2T3-7AXRQ-113" value="">
          <mxGeometry relative="1" as="geometry" />
        </mxCell>
        <mxCell id="KAzs0ncSA1o2T3-7AXRQ-101" parent="1" style="rounded=0;whiteSpace=wrap;html=1;fontStyle=1" value="Ready For Sprint / Cengiz? / Schätzung 2PT" vertex="1">
          <mxGeometry height="40" width="320" x="720" y="2040" as="geometry" />
        </mxCell>
        <mxCell id="KAzs0ncSA1o2T3-7AXRQ-115" edge="1" parent="1" source="KAzs0ncSA1o2T3-7AXRQ-103" style="edgeStyle=none;rounded=0;orthogonalLoop=1;jettySize=auto;html=1;" target="KAzs0ncSA1o2T3-7AXRQ-113" value="">
          <mxGeometry relative="1" as="geometry" />
        </mxCell>
        <mxCell id="KAzs0ncSA1o2T3-7AXRQ-103" parent="1" style="rounded=0;whiteSpace=wrap;html=1;fontStyle=1" value="Ready For Sprint / Cengiz? / Schätzung 2PT" vertex="1">
          <mxGeometry height="40" width="320" x="720" y="2120" as="geometry" />
        </mxCell>
        <mxCell id="KAzs0ncSA1o2T3-7AXRQ-116" edge="1" parent="1" source="KAzs0ncSA1o2T3-7AXRQ-105" style="edgeStyle=none;rounded=0;orthogonalLoop=1;jettySize=auto;html=1;" target="KAzs0ncSA1o2T3-7AXRQ-113" value="">
          <mxGeometry relative="1" as="geometry" />
        </mxCell>
        <mxCell id="KAzs0ncSA1o2T3-7AXRQ-105" parent="1" style="rounded=0;whiteSpace=wrap;html=1;fontStyle=1" value="Ready For Sprint / Cengiz?Vil? / Schätzung 2PT" vertex="1">
          <mxGeometry height="40" width="320" x="720" y="2200" as="geometry" />
        </mxCell>
        <mxCell id="KAzs0ncSA1o2T3-7AXRQ-117" edge="1" parent="1" source="KAzs0ncSA1o2T3-7AXRQ-107" style="edgeStyle=none;rounded=0;orthogonalLoop=1;jettySize=auto;html=1;" target="KAzs0ncSA1o2T3-7AXRQ-113" value="">
          <mxGeometry relative="1" as="geometry" />
        </mxCell>
        <mxCell id="KAzs0ncSA1o2T3-7AXRQ-107" parent="1" style="rounded=0;whiteSpace=wrap;html=1;fontStyle=1" value="Ready For Sprint / Vil? / Schätzung 1PT" vertex="1">
          <mxGeometry height="40" width="320" x="720" y="2280" as="geometry" />
        </mxCell>
        <mxCell id="KAzs0ncSA1o2T3-7AXRQ-118" edge="1" parent="1" source="KAzs0ncSA1o2T3-7AXRQ-109" style="edgeStyle=none;rounded=0;orthogonalLoop=1;jettySize=auto;html=1;" target="KAzs0ncSA1o2T3-7AXRQ-113" value="">
          <mxGeometry relative="1" as="geometry" />
        </mxCell>
        <mxCell id="KAzs0ncSA1o2T3-7AXRQ-109" parent="1" style="rounded=0;whiteSpace=wrap;html=1;fontStyle=1" value="Ready For Sprint / Vil? / Schätzung 2PT" vertex="1">
          <mxGeometry height="40" width="320" x="720" y="2360" as="geometry" />
        </mxCell>
        <mxCell id="KAzs0ncSA1o2T3-7AXRQ-119" edge="1" parent="1" source="KAzs0ncSA1o2T3-7AXRQ-111" style="edgeStyle=none;rounded=0;orthogonalLoop=1;jettySize=auto;html=1;" target="KAzs0ncSA1o2T3-7AXRQ-113" value="">
          <mxGeometry relative="1" as="geometry" />
        </mxCell>
        <mxCell id="KAzs0ncSA1o2T3-7AXRQ-111" parent="1" style="rounded=0;whiteSpace=wrap;html=1;fontStyle=1" value="Ready For Sprint / Vil? / Schätzung 1PT" vertex="1">
          <mxGeometry height="40" width="320" x="720" y="2440" as="geometry" />
        </mxCell>
        <mxCell id="KAzs0ncSA1o2T3-7AXRQ-121" edge="1" parent="1" source="KAzs0ncSA1o2T3-7AXRQ-113" style="edgeStyle=none;rounded=0;orthogonalLoop=1;jettySize=auto;html=1;" target="KAzs0ncSA1o2T3-7AXRQ-120" value="">
          <mxGeometry relative="1" as="geometry" />
        </mxCell>
        <mxCell id="KAzs0ncSA1o2T3-7AXRQ-113" parent="1" style="rounded=0;whiteSpace=wrap;html=1;fontStyle=1;fontSize=16;" value="Frontend Restaufwand: 10 PT" vertex="1">
          <mxGeometry height="40" width="320" x="1080" y="2240" as="geometry" />
        </mxCell>
-         <mxCell id="KAzs0ncSA1o2T3-7AXRQ-120" parent="1" style="rounded=0;whiteSpace=wrap;html=1;fontStyle=1;fontSize=16;" value="Frontend Gesamt Restaufwand CR006: 15 PT" vertex="1">
+         <mxCell id="KAzs0ncSA1o2T3-7AXRQ-120" parent="1" style="rounded=0;whiteSpace=wrap;html=1;fontStyle=1;fontSize=16;" value="&lt;div&gt;Frontend Gesamt Restaufwand CR006: 15 PT&lt;/div&gt;Ziel: 30. Juni 2026 / Ende Sprint 24" vertex="1">
          <mxGeometry height="40" width="350" x="1440" y="3280" as="geometry" />
+         </mxCell>
+         <mxCell id="6I-_ciG7kh0R2IqJ13tL-2" parent="1" style="rounded=0;whiteSpace=wrap;html=1;fontStyle=1;fontSize=12;" value="OFFENER PUNKT @BACKEND: wie schneiden wir die PR&#39;s" vertex="1">
+           <mxGeometry height="40" width="320" x="1080" y="3360" as="geometry" />
        </mxCell>
      </root>
    </mxGraphModel>
  </diagram>
</mxfile>
